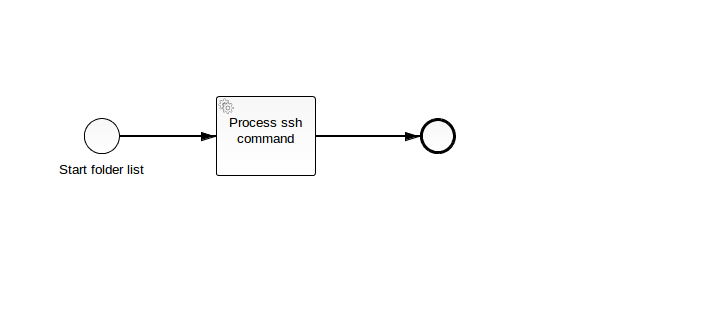
Before: src/main/resources/SshModeler.png, a diagram exported from BPMN (sumanta23/misc). Its source is kept beside it as src/main/resources/SshModeler.bpmn. Ids are renumbered. The source it was exported from:
```xml
<bpmn2:definitions xmlns:xsi="http://www.w3.org/2001/XMLSchema-instance" xmlns:bpmn2="http://www.omg.org/spec/BPMN/20100524/MODEL" xmlns:bpmndi="http://www.omg.org/spec/BPMN/20100524/DI" xmlns:camunda="http://activiti.org/bpmn" xmlns:dc="http://www.omg.org/spec/DD/20100524/DC" xmlns:di="http://www.omg.org/spec/DD/20100524/DI" xsi:schemaLocation="http://www.omg.org/spec/BPMN/20100524/MODEL BPMN20.xsd" id="_XBPmMAPaEeWWsODRydr79w" exporter="camunda modeler" exporterVersion="2.7.0" targetNamespace="http://activiti.org/bpmn">
  <bpmn2:process id="sshexe" isExecutable="true">
    <bpmn2:serviceTask id="ServiceTask_1" camunda:class="org.camunda.bpm.quickstart.ejb.EjbSshDelegate" name="Process ssh command">
      <bpmn2:incoming>SequenceFlow_1</bpmn2:incoming>
      <bpmn2:outgoing>SequenceFlow_2</bpmn2:outgoing>
    </bpmn2:serviceTask>
    <bpmn2:sequenceFlow id="SequenceFlow_2" name="" sourceRef="ServiceTask_1" targetRef="EndEvent_1"/>
    <bpmn2:startEvent id="StartEvent_1" name="Start folder list">
      <bpmn2:outgoing>SequenceFlow_1</bpmn2:outgoing>
    </bpmn2:startEvent>
    <bpmn2:sequenceFlow id="SequenceFlow_1" name="" sourceRef="StartEvent_1" targetRef="ServiceTask_1"/>
    <bpmn2:endEvent id="EndEvent_1">
      <bpmn2:incoming>SequenceFlow_2</bpmn2:incoming>
    </bpmn2:endEvent>
  </bpmn2:process>
  <bpmndi:BPMNDiagram id="BPMNDiagram_1">
    <bpmndi:BPMNPlane id="BPMNPlane_1" bpmnElement="sshexe">
      <bpmndi:BPMNShape id="_BPMNShape_StartEvent_5" bpmnElement="StartEvent_1">
        <dc:Bounds height="36.0" width="36.0" x="84.0" y="118.0"/>
        <bpmndi:BPMNLabel>
          <dc:Bounds height="22.0" width="91.0" x="57.0" y="159.0"/>
        </bpmndi:BPMNLabel>
      </bpmndi:BPMNShape>
      <bpmndi:BPMNShape id="_BPMNShape_ServiceTask_18" bpmnElement="ServiceTask_1">
        <dc:Bounds height="80.0" width="100.0" x="216.0" y="96.0"/>
      </bpmndi:BPMNShape>
      <bpmndi:BPMNShape id="_BPMNShape_EndEvent_6" bpmnElement="EndEvent_1">
        <dc:Bounds height="36.0" width="36.0" x="420.0" y="118.0"/>
        <bpmndi:BPMNLabel>
          <dc:Bounds height="0.0" width="0.0" x="438.0" y="159.0"/>
        </bpmndi:BPMNLabel>
      </bpmndi:BPMNShape>
      <bpmndi:BPMNEdge id="BPMNEdge_SequenceFlow_1" bpmnElement="SequenceFlow_1" sourceElement="_BPMNShape_StartEvent_5" targetElement="_BPMNShape_ServiceTask_18">
        <di:waypoint xsi:type="dc:Point" x="120.0" y="136.0"/>
        <di:waypoint xsi:type="dc:Point" x="216.0" y="136.0"/>
        <bpmndi:BPMNLabel>
          <dc:Bounds height="6.0" width="6.0" x="179.0" y="136.0"/>
        </bpmndi:BPMNLabel>
      </bpmndi:BPMNEdge>
      <bpmndi:BPMNEdge id="BPMNEdge_SequenceFlow_2" bpmnElement="SequenceFlow_2" sourceElement="_BPMNShape_ServiceTask_18" targetElement="_BPMNShape_EndEvent_6">
        <di:waypoint xsi:type="dc:Point" x="316.0" y="136.0"/>
        <di:waypoint xsi:type="dc:Point" x="420.0" y="136.0"/>
        <bpmndi:BPMNLabel>
          <dc:Bounds height="6.0" width="6.0" x="331.0" y="136.0"/>
        </bpmndi:BPMNLabel>
      </bpmndi:BPMNEdge>
    </bpmndi:BPMNPlane>
  </bpmndi:BPMNDiagram>
</bpmn2:definitions>
```
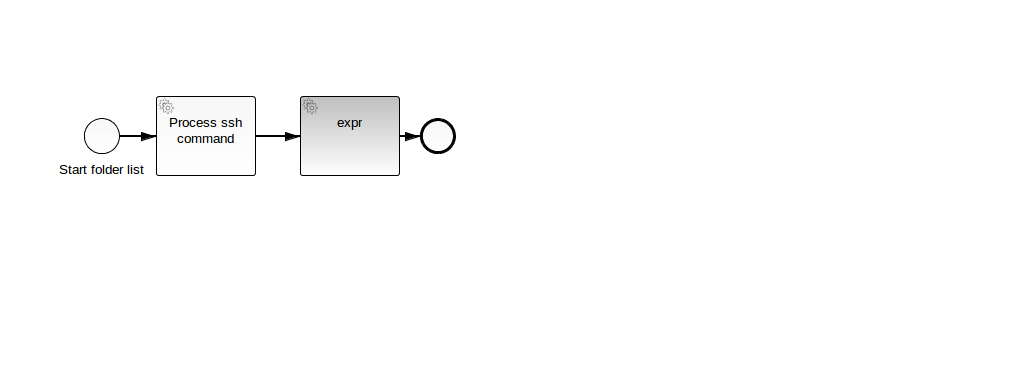
The same file after the commit.

Change to the diagram source:
```diff
@@ -1,17 +1,22 @@
 <bpmn2:definitions xmlns:xsi="http://www.w3.org/2001/XMLSchema-instance" xmlns:bpmn2="http://www.omg.org/spec/BPMN/20100524/MODEL" xmlns:bpmndi="http://www.omg.org/spec/BPMN/20100524/DI" xmlns:camunda="http://activiti.org/bpmn" xmlns:dc="http://www.omg.org/spec/DD/20100524/DC" xmlns:di="http://www.omg.org/spec/DD/20100524/DI" xsi:schemaLocation="http://www.omg.org/spec/BPMN/20100524/MODEL BPMN20.xsd" id="_XBPmMAPaEeWWsODRydr79w" exporter="camunda modeler" exporterVersion="2.7.0" targetNamespace="http://activiti.org/bpmn">
   <bpmn2:process id="sshexe" isExecutable="true">
-    <bpmn2:serviceTask id="ServiceTask_1" camunda:class="org.camunda.bpm.quickstart.ejb.EjbSshDelegate" name="Process ssh command">
-      <bpmn2:incoming>SequenceFlow_1</bpmn2:incoming>
-      <bpmn2:outgoing>SequenceFlow_2</bpmn2:outgoing>
-    </bpmn2:serviceTask>
-    <bpmn2:sequenceFlow id="SequenceFlow_2" name="" sourceRef="ServiceTask_1" targetRef="EndEvent_1"/>
     <bpmn2:startEvent id="StartEvent_1" name="Start folder list">
       <bpmn2:outgoing>SequenceFlow_1</bpmn2:outgoing>
     </bpmn2:startEvent>
     <bpmn2:sequenceFlow id="SequenceFlow_1" name="" sourceRef="StartEvent_1" targetRef="ServiceTask_1"/>
     <bpmn2:endEvent id="EndEvent_1">
+      <bpmn2:incoming>SequenceFlow_3</bpmn2:incoming>
+    </bpmn2:endEvent>
+    <bpmn2:serviceTask id="ServiceTask_1" camunda:class="org.sumanta.camunda.ejb.EjbSshDelegate" name="Process ssh command">
+      <bpmn2:incoming>SequenceFlow_1</bpmn2:incoming>
+      <bpmn2:outgoing>SequenceFlow_2</bpmn2:outgoing>
+    </bpmn2:serviceTask>
+    <bpmn2:sequenceFlow id="SequenceFlow_2" name="" sourceRef="ServiceTask_1" targetRef="ServiceTask_2"/>
+    <bpmn2:serviceTask id="ServiceTask_2" camunda:expression="${sshBean.sysout(&quot;hi&quot;)}" name="expr">
       <bpmn2:incoming>SequenceFlow_2</bpmn2:incoming>
-    </bpmn2:endEvent>
+      <bpmn2:outgoing>SequenceFlow_3</bpmn2:outgoing>
+    </bpmn2:serviceTask>
+    <bpmn2:sequenceFlow id="SequenceFlow_3" name="" sourceRef="ServiceTask_2" targetRef="EndEvent_1"/>
   </bpmn2:process>
   <bpmndi:BPMNDiagram id="BPMNDiagram_1">
     <bpmndi:BPMNPlane id="BPMNPlane_1" bpmnElement="sshexe">
@@ -22,7 +27,7 @@
         </bpmndi:BPMNLabel>
       </bpmndi:BPMNShape>
       <bpmndi:BPMNShape id="_BPMNShape_ServiceTask_18" bpmnElement="ServiceTask_1">
-        <dc:Bounds height="80.0" width="100.0" x="216.0" y="96.0"/>
+        <dc:Bounds height="80.0" width="100.0" x="156.0" y="96.0"/>
       </bpmndi:BPMNShape>
       <bpmndi:BPMNShape id="_BPMNShape_EndEvent_6" bpmnElement="EndEvent_1">
         <dc:Bounds height="36.0" width="36.0" x="420.0" y="118.0"/>
@@ -32,17 +37,24 @@
       </bpmndi:BPMNShape>
       <bpmndi:BPMNEdge id="BPMNEdge_SequenceFlow_1" bpmnElement="SequenceFlow_1" sourceElement="_BPMNShape_StartEvent_5" targetElement="_BPMNShape_ServiceTask_18">
         <di:waypoint xsi:type="dc:Point" x="120.0" y="136.0"/>
-        <di:waypoint xsi:type="dc:Point" x="216.0" y="136.0"/>
+        <di:waypoint xsi:type="dc:Point" x="156.0" y="136.0"/>
         <bpmndi:BPMNLabel>
-          <dc:Bounds height="6.0" width="6.0" x="179.0" y="136.0"/>
+          <dc:Bounds height="6.0" width="6.0" x="135.0" y="136.0"/>
         </bpmndi:BPMNLabel>
       </bpmndi:BPMNEdge>
-      <bpmndi:BPMNEdge id="BPMNEdge_SequenceFlow_2" bpmnElement="SequenceFlow_2" sourceElement="_BPMNShape_ServiceTask_18" targetElement="_BPMNShape_EndEvent_6">
-        <di:waypoint xsi:type="dc:Point" x="316.0" y="136.0"/>
+      <bpmndi:BPMNEdge id="BPMNEdge_SequenceFlow_2" bpmnElement="SequenceFlow_2" sourceElement="_BPMNShape_ServiceTask_18" targetElement="_BPMNShape_ServiceTask_21">
+        <di:waypoint xsi:type="dc:Point" x="256.0" y="136.0"/>
+        <di:waypoint xsi:type="dc:Point" x="300.0" y="136.0"/>
+        <bpmndi:BPMNLabel>
+          <dc:Bounds height="6.0" width="6.0" x="271.0" y="136.0"/>
+        </bpmndi:BPMNLabel>
+      </bpmndi:BPMNEdge>
+      <bpmndi:BPMNShape id="_BPMNShape_ServiceTask_21" bpmnElement="ServiceTask_2">
+        <dc:Bounds height="80.0" width="100.0" x="300.0" y="96.0"/>
+      </bpmndi:BPMNShape>
+      <bpmndi:BPMNEdge id="BPMNEdge_SequenceFlow_3" bpmnElement="SequenceFlow_3" sourceElement="_BPMNShape_ServiceTask_21" targetElement="_BPMNShape_EndEvent_6">
+        <di:waypoint xsi:type="dc:Point" x="400.0" y="136.0"/>
         <di:waypoint xsi:type="dc:Point" x="420.0" y="136.0"/>
-        <bpmndi:BPMNLabel>
-          <dc:Bounds height="6.0" width="6.0" x="331.0" y="136.0"/>
-        </bpmndi:BPMNLabel>
       </bpmndi:BPMNEdge>
     </bpmndi:BPMNPlane>
   </bpmndi:BPMNDiagram>
```
